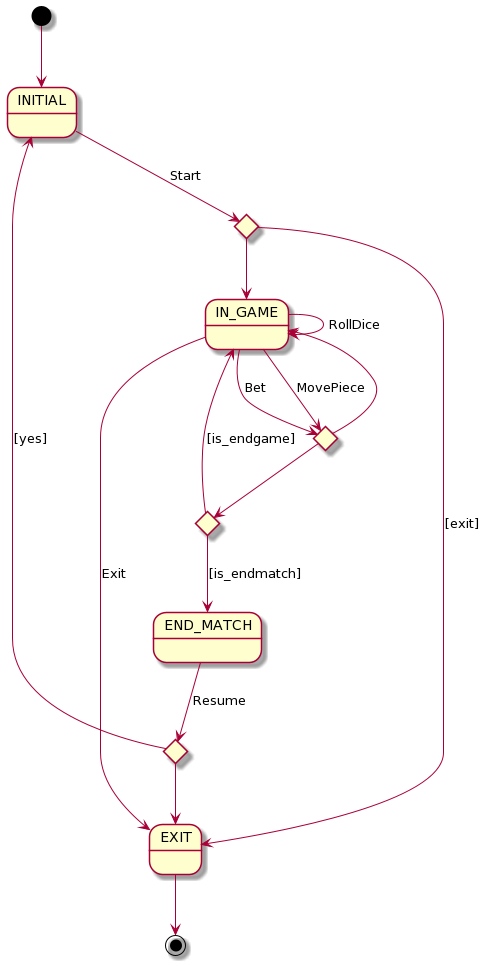
USantaTecla-game-backgammon/backgammon keeps this PlantUML diagram as rup/context/context.png. Above is the earlier version.
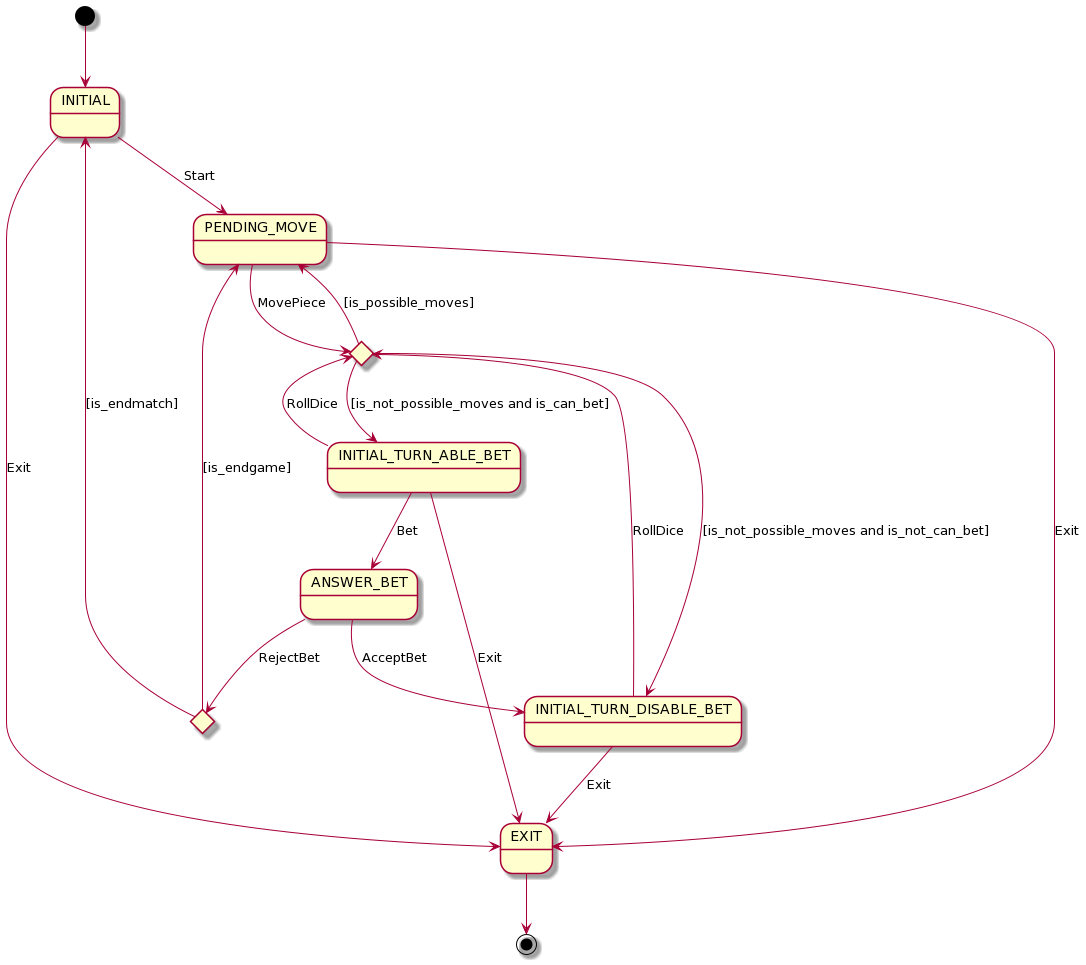
The same file after the commit.

Change to the diagram source:
```diff
@@ -1,36 +1,35 @@
 @startuml
 state INITIAL
-state IN_GAME
-state END_MATCH
+state PENDING_MOVE
+state INITIAL_TURN_ABLE_BET
+state ANSWER_BET
+state INITIAL_TURN_DISABLE_BET
 state EXIT
 
-state is_endgame <<choice>>
-state is_endmatch <<choice>>
-state is_resume <<choice>>
-state exit_from_initial <<choice>>
+state s2 <<choice>>
+state s3 <<choice>>
 
 
 [*] --> INITIAL
-INITIAL --> exit_from_initial: Start
-exit_from_initial --> IN_GAME
-exit_from_initial --> EXIT: [exit]
+INITIAL --> PENDING_MOVE: Start
+INITIAL --> EXIT: Exit
 
-IN_GAME --> IN_GAME : RollDice
-IN_GAME --> is_endgame: Bet
-IN_GAME --> is_endgame: MovePiece
-IN_GAME --> EXIT: Exit
+PENDING_MOVE --> s2 : MovePiece
+s2 --> INITIAL_TURN_ABLE_BET : [is_not_possible_moves and is_can_bet]
+s2 --> INITIAL_TURN_DISABLE_BET : [is_not_possible_moves and is_not_can_bet]
+s2 --> PENDING_MOVE : [is_possible_moves]
+PENDING_MOVE --> EXIT : Exit
+INITIAL_TURN_ABLE_BET --> EXIT : Exit
+INITIAL_TURN_DISABLE_BET --> EXIT : Exit
 
+INITIAL_TURN_ABLE_BET --> s2 : RollDice
+INITIAL_TURN_DISABLE_BET --> s2 : RollDice
 
-is_endgame --> IN_GAME
-is_endgame --> is_endmatch
-
-is_endmatch --> END_MATCH: [is_endmatch]
-is_endmatch --> IN_GAME: [is_endgame]
-
-END_MATCH --> is_resume: Resume
-
-is_resume --> INITIAL: [yes]
-is_resume --> EXIT
+INITIAL_TURN_ABLE_BET --> ANSWER_BET : Bet
+ANSWER_BET --> INITIAL_TURN_DISABLE_BET : AcceptBet
+ANSWER_BET --> s3 : RejectBet
+s3 --> PENDING_MOVE : [is_endgame]
+s3 --> INITIAL : [is_endmatch]
 
 EXIT --> [*]
 @enduml
```
